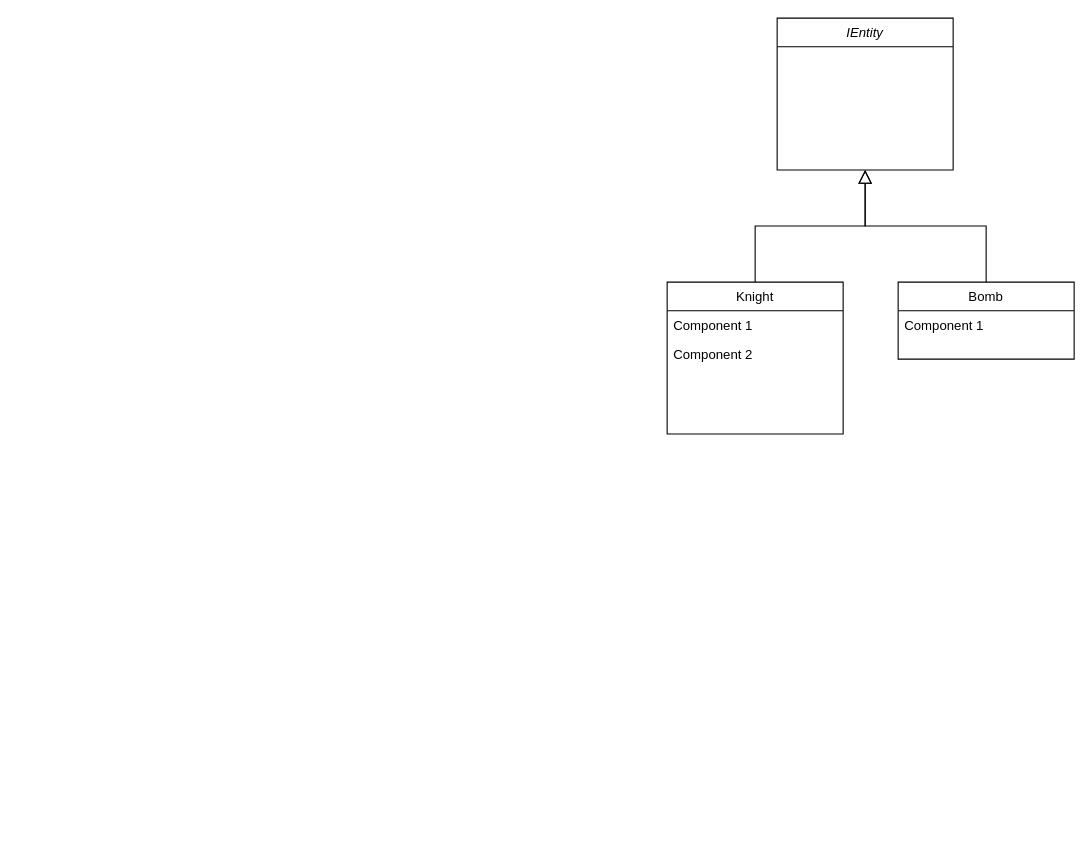
Kragoum/BomberKnight keeps this draw.io diagram as page "Entity" (1 of 4) of UMLGeneralFramework.drawio. Above is the earlier version. Source tidied: cells renumbered, new cells numbered last; positions are measured from the earlier drawing's top-left corner, leaving out a move shared by most shapes. Both pictures are drawn from the tidied source at 110%, with x=0, y=0 at pixel (667, 18).
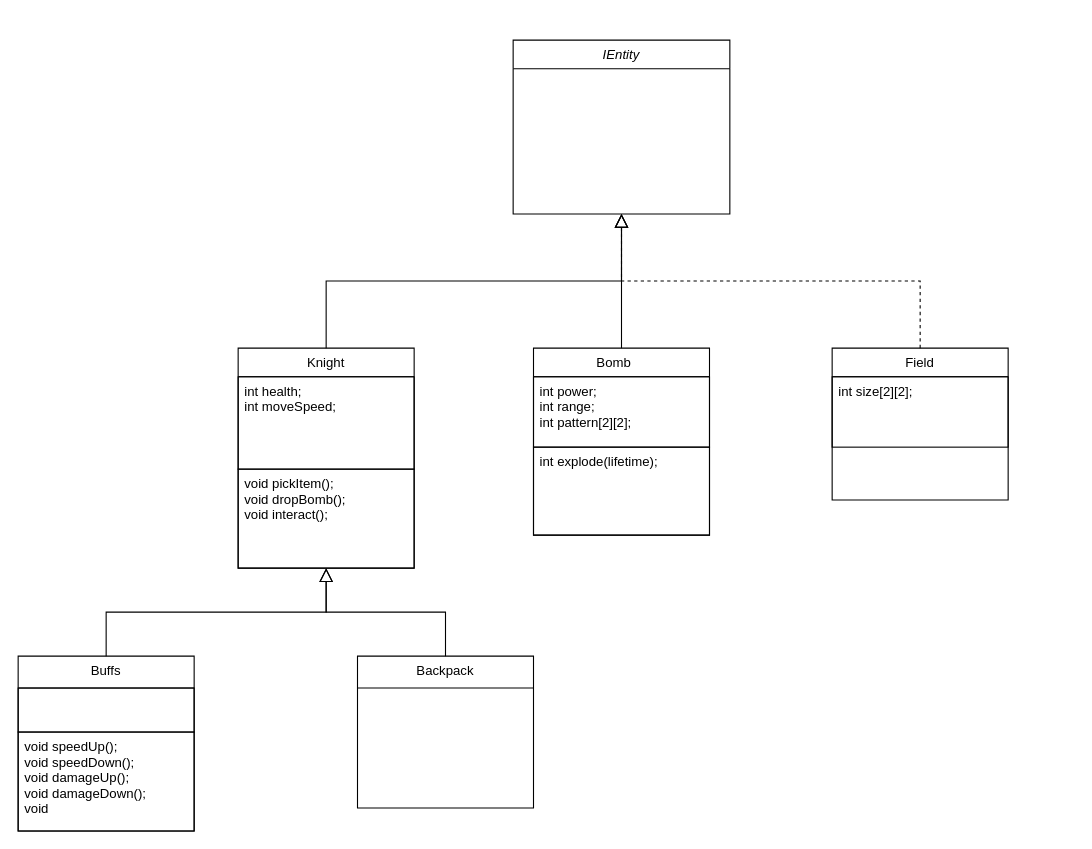
The same page after the edit.

What changed in the source:
```diff
@@
     <mxCell id="2" value="IEntity" style="swimlane;fontStyle=2;align=center;verticalAlign=top;horizontal=1;startSize=26;rounded=0;shadow=0;strokeWidth=1;" parent="1" vertex="1">
-      <mxGeometry x="100" width="160" height="138" as="geometry" />
+      <mxGeometry x="-140" y="20" width="197" height="158" as="geometry" />
     </mxCell>
     <mxCell id="3" value="Knight" style="swimlane;fontStyle=0;align=center;verticalAlign=top;horizontal=1;startSize=26;rounded=0;shadow=0;strokeWidth=1;" parent="1" vertex="1">
-      <mxGeometry y="240" width="160" height="138" as="geometry" />
+      <mxGeometry x="-390" y="300" width="160" height="200" as="geometry" />
     </mxCell>
-    <mxCell id="4" value="Component 1" style="text;align=left;verticalAlign=top;spacingLeft=4;spacingRight=4;overflow=hidden;" parent="3" vertex="1">
-      <mxGeometry y="26" width="160" height="26" as="geometry" />
+    <mxCell id="4" value="int health;&#10;int moveSpeed;&#10;" style="text;align=left;verticalAlign=top;spacingLeft=4;spacingRight=4;overflow=hidden;strokeColor=default;" parent="3" vertex="1">
+      <mxGeometry y="26" width="160" height="84" as="geometry" />
     </mxCell>
-    <mxCell id="5" value="Component 2" style="text;align=left;verticalAlign=top;spacingLeft=4;spacingRight=4;overflow=hidden;rounded=0;shadow=0;html=0;" parent="3" vertex="1">
-      <mxGeometry y="52" width="160" height="26" as="geometry" />
-    </mxCell>
+    <mxCell id="10" value="void pickItem();&#10;void dropBomb();&#10;void interact();&#10;" style="text;align=left;verticalAlign=top;spacingLeft=4;spacingRight=4;overflow=hidden;points=[[0,0.5],[1,0.5]];portConstraint=eastwest;strokeColor=default;" parent="3" vertex="1">
+      <mxGeometry y="110" width="160" height="90" as="geometry" />
+    </mxCell>
@@
-    <mxCell id="7" value="Bomb" style="swimlane;fontStyle=0;align=center;verticalAlign=top;horizontal=1;startSize=26;rounded=0;shadow=0;strokeWidth=1;" parent="1" vertex="1">
-      <mxGeometry x="210" y="240" width="160" height="70" as="geometry" />
+    <mxCell id="7" value="Bomb    " style="swimlane;fontStyle=0;align=center;verticalAlign=top;horizontal=1;startSize=26;rounded=0;shadow=0;strokeWidth=1;" parent="1" vertex="1">
+      <mxGeometry x="-121.5" y="300" width="160" height="170" as="geometry" />
     </mxCell>
-    <mxCell id="8" value="Component 1" style="text;align=left;verticalAlign=top;spacingLeft=4;spacingRight=4;overflow=hidden;" parent="7" vertex="1">
-      <mxGeometry y="26" width="160" height="26" as="geometry" />
-    </mxCell>
+    <mxCell id="11" value="int power;&#10;int range;&#10;int pattern[2][2];&#10;&#10;" style="text;align=left;verticalAlign=top;spacingLeft=4;spacingRight=4;overflow=hidden;strokeColor=default;" parent="7" vertex="1">
+      <mxGeometry y="26" width="160" height="64" as="geometry" />
+    </mxCell>
+    <mxCell id="12" value="int explode(lifetime);&#10;" style="text;align=left;verticalAlign=top;spacingLeft=4;spacingRight=4;overflow=hidden;strokeColor=default;" parent="7" vertex="1">
+      <mxGeometry y="90" width="160" height="80" as="geometry" />
+    </mxCell>
@@
+    <mxCell id="13" value="Buffs" style="swimlane;fontStyle=0;align=center;verticalAlign=top;horizontal=1;startSize=29;rounded=0;shadow=0;strokeWidth=1;" parent="1" vertex="1">
+      <mxGeometry x="-590" y="580" width="160" height="159" as="geometry" />
+    </mxCell>
+    <mxCell id="14" style="text;html=1;align=center;verticalAlign=middle;strokeColor=default;fillColor=none;" parent="13" vertex="1">
+      <mxGeometry y="29" width="160" height="40" as="geometry" />
+    </mxCell>
+    <mxCell id="15" value="void speedUp();&#10;void speedDown();&#10;void damageUp();&#10;void damageDown();&#10;void " style="text;align=left;verticalAlign=top;spacingLeft=4;spacingRight=4;overflow=hidden;strokeColor=default;" parent="13" vertex="1">
+      <mxGeometry y="69" width="160" height="90" as="geometry" />
+    </mxCell>
+    <mxCell id="16" value="Field" style="swimlane;fontStyle=0;align=center;verticalAlign=top;horizontal=1;startSize=26;rounded=0;shadow=0;strokeWidth=1;" parent="1" vertex="1">
+      <mxGeometry x="150" y="300" width="160" height="138" as="geometry" />
+    </mxCell>
+    <mxCell id="17" value="int size[2][2];&#10;&#10;" style="text;align=left;verticalAlign=top;spacingLeft=4;spacingRight=4;overflow=hidden;strokeColor=default;" parent="16" vertex="1">
+      <mxGeometry y="26" width="160" height="64" as="geometry" />
+    </mxCell>
+    <mxCell id="18" style="endArrow=block;endSize=10;endFill=0;shadow=0;strokeWidth=1;rounded=0;edgeStyle=elbowEdgeStyle;elbow=vertical;exitX=0.5;exitY=0;exitDx=0;exitDy=0;entryX=0.5;entryY=1;entryDx=0;entryDy=0;dashed=1;" parent="1" edge="1" source="16" target="2">
+      <mxGeometry relative="1" as="geometry" />
+    </mxCell>
+    <mxCell id="19" value="Backpack" style="swimlane;fontStyle=0;align=center;verticalAlign=top;horizontal=1;startSize=29;rounded=0;shadow=0;strokeWidth=1;" parent="1" vertex="1">
+      <mxGeometry x="-281.5" y="580" width="160" height="138" as="geometry" />
+    </mxCell>
+    <mxCell id="20" style="endArrow=block;endSize=10;endFill=0;shadow=0;strokeWidth=1;rounded=0;edgeStyle=elbowEdgeStyle;elbow=vertical;entryX=0.5;entryY=1;entryDx=0;entryDy=0;entryPerimeter=0;exitX=0.5;exitY=0;exitDx=0;exitDy=0;" parent="1" edge="1" source="19" target="10">
+      <mxGeometry relative="1" as="geometry" />
+    </mxCell>
+    <mxCell id="21" style="endArrow=block;endSize=10;endFill=0;shadow=0;strokeWidth=1;rounded=0;edgeStyle=elbowEdgeStyle;elbow=vertical;exitX=0.5;exitY=0;exitDx=0;exitDy=0;" parent="1" edge="1" source="13">
+      <mxGeometry relative="1" as="geometry">
+        <mxPoint x="-310" y="500" as="targetPoint" />
+      </mxGeometry>
+    </mxCell>
```
